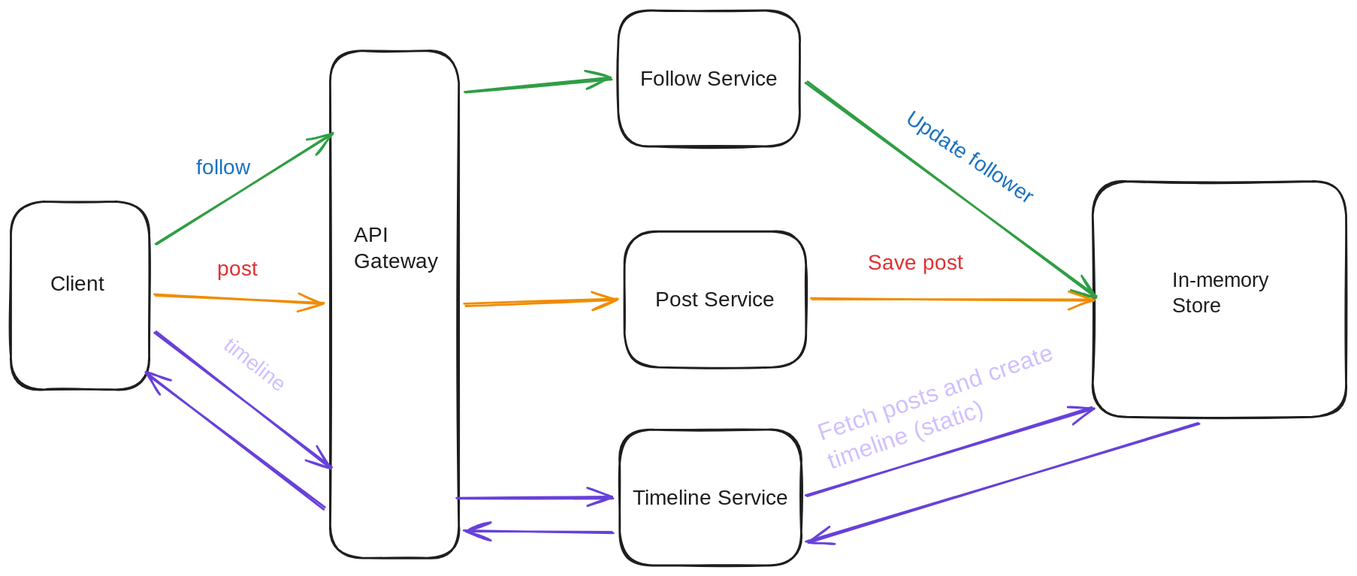
Before: architecture/whiteboard/v0_global_hld.svg, a diagram exported from Excalidraw (Vishal-Pal/Y). Source tidied: one line per element, renumbered; positions are measured from the earlier drawing's top-left corner, leaving out a move shared by most shapes.
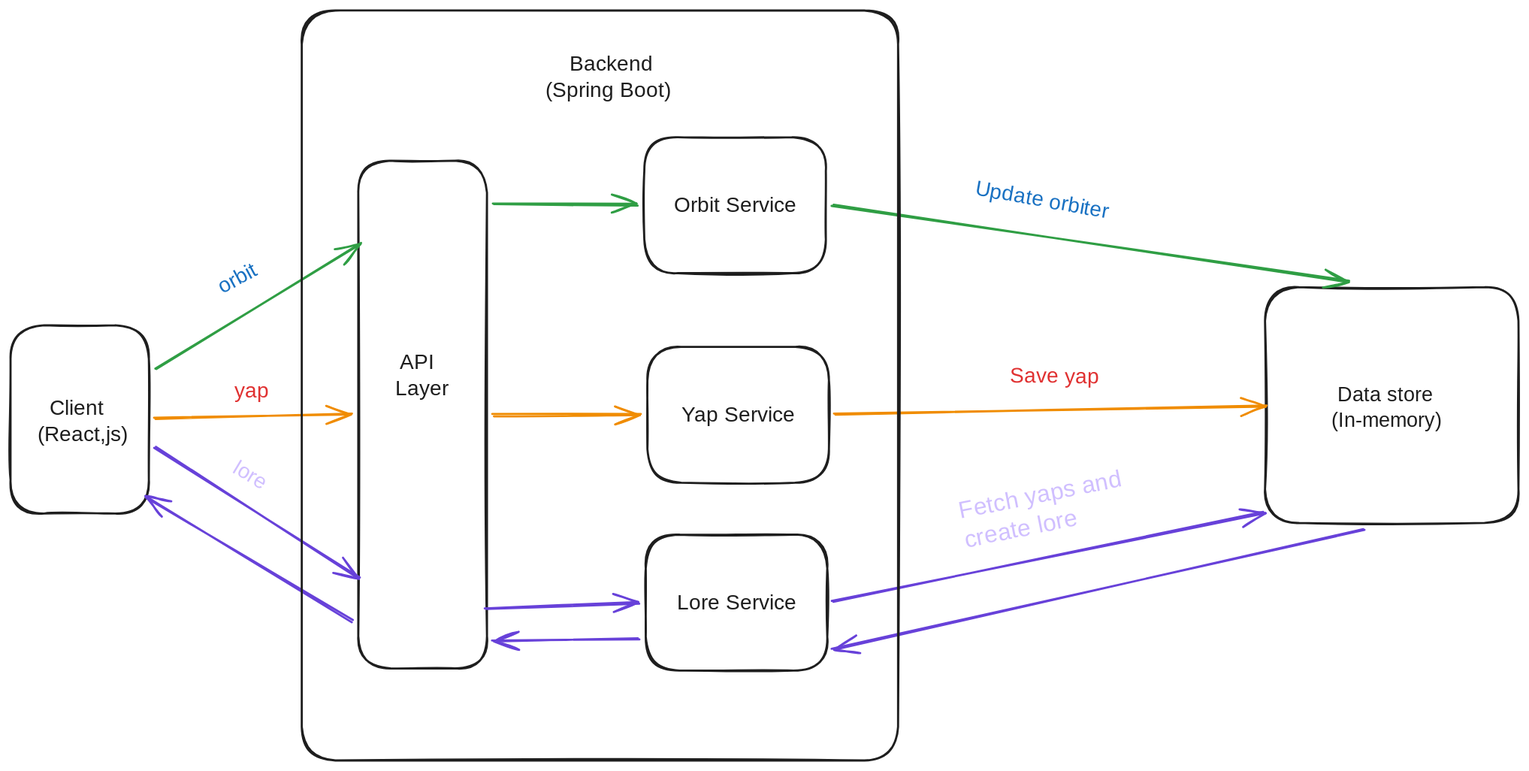
The same file after the commit.

Commit message:
Updated HLD with updated feature names, updated formatting of Tech Spec and added HLD reference in it

What changed in the source:
```diff
@@ -1,30 +1,32 @@
-{"id": 0, "type": "rectangle", "strokeColor": "#1e1e1e", "strokeWidth": 2, "roughness": 1, "round": true, "x": 0, "y": 182, "width": 132, "height": 179}
+{"id": 0, "type": "rectangle", "strokeColor": "#1e1e1e", "strokeWidth": 2, "roughness": 1, "round": true, "x": -28, "y": 185, "width": 132, "height": 179}
-{"id": 1, "type": "text", "text": "Client", "strokeColor": "#1e1e1e", "strokeWidth": 2, "roughness": 1, "fontSize": 20, "fontFamily": 6, "x": 37, "y": 247, "width": 54, "height": 25}
+{"id": 1, "type": "text", "text": "  Client\n(React,js)", "strokeColor": "#1e1e1e", "strokeWidth": 2, "roughness": 1, "fontSize": 20, "fontFamily": 6, "x": -3, "y": 251, "width": 84, "height": 50}
-{"id": 2, "type": "rectangle", "strokeColor": "#1e1e1e", "strokeWidth": 2, "roughness": 1, "round": true, "x": 304, "y": 38, "width": 122, "height": 483}
+{"id": 2, "type": "rectangle", "strokeColor": "#1e1e1e", "strokeWidth": 2, "roughness": 1, "round": true, "x": 303, "y": 28, "width": 122, "height": 483}
-{"id": 3, "type": "text", "text": "API\nGateway", "strokeColor": "#1e1e1e", "strokeWidth": 2, "roughness": 1, "fontSize": 20, "fontFamily": 6, "x": 326, "y": 201, "width": 80, "height": 50}
+{"id": 3, "type": "text", "text": " API\nLayer", "strokeColor": "#1e1e1e", "strokeWidth": 2, "roughness": 1, "fontSize": 20, "fontFamily": 6, "x": 337, "y": 207, "width": 50, "height": 50}
-{"id": 4, "type": "rectangle", "strokeColor": "#1e1e1e", "strokeWidth": 2, "roughness": 1, "round": true, "x": 578, "y": 0, "width": 173, "height": 129}
+{"id": 4, "type": "rectangle", "strokeColor": "#1e1e1e", "strokeWidth": 2, "roughness": 1, "round": true, "x": 575, "y": 6, "width": 173, "height": 129}
-{"id": 5, "type": "text", "text": "Follow Service", "strokeColor": "#1e1e1e", "strokeWidth": 2, "roughness": 1, "fontSize": 20, "fontFamily": 6, "textAlign": "center", "verticalAlign": "middle", "inside": 4, "x": 598, "y": 52, "width": 133, "height": 25}
+{"id": 5, "type": "text", "text": "Orbit Service", "strokeColor": "#1e1e1e", "strokeWidth": 2, "roughness": 1, "fontSize": 20, "fontFamily": 6, "textAlign": "center", "verticalAlign": "middle", "inside": 4, "x": 602, "y": 58, "width": 117, "height": 25}
-{"id": 6, "type": "rectangle", "strokeColor": "#1e1e1e", "strokeWidth": 2, "roughness": 1, "round": true, "x": 584, "y": 210, "width": 173, "height": 129}
+{"id": 6, "type": "rectangle", "strokeColor": "#1e1e1e", "strokeWidth": 2, "roughness": 1, "round": true, "x": 578, "y": 205, "width": 173, "height": 129}
-{"id": 7, "type": "text", "text": "Post Service", "strokeColor": "#1e1e1e", "strokeWidth": 2, "roughness": 1, "fontSize": 20, "fontFamily": 6, "textAlign": "center", "verticalAlign": "middle", "inside": 6, "x": 614, "y": 262, "width": 111, "height": 25}
+{"id": 7, "type": "text", "text": "Yap Service", "strokeColor": "#1e1e1e", "strokeWidth": 2, "roughness": 1, "fontSize": 20, "fontFamily": 6, "textAlign": "center", "verticalAlign": "middle", "inside": 6, "x": 612, "y": 257, "width": 104, "height": 25}
-{"id": 8, "type": "rectangle", "strokeColor": "#1e1e1e", "strokeWidth": 2, "roughness": 1, "round": true, "x": 579, "y": 399, "width": 173, "height": 129}
+{"id": 8, "type": "rectangle", "strokeColor": "#1e1e1e", "strokeWidth": 2, "roughness": 1, "round": true, "x": 576, "y": 384, "width": 173, "height": 129}
-{"id": 9, "type": "text", "text": "Timeline Service", "strokeColor": "#1e1e1e", "strokeWidth": 2, "roughness": 1, "fontSize": 20, "fontFamily": 6, "textAlign": "center", "verticalAlign": "middle", "inside": 8, "x": 591, "y": 451, "width": 149, "height": 25}
+{"id": 9, "type": "text", "text": "Lore Service", "strokeColor": "#1e1e1e", "strokeWidth": 2, "roughness": 1, "fontSize": 20, "fontFamily": 6, "textAlign": "center", "verticalAlign": "middle", "inside": 8, "x": 607, "y": 436, "width": 111, "height": 25}
-{"id": 10, "type": "arrow", "strokeColor": "#2f9e44", "strokeWidth": 2, "roughness": 1, "endArrowhead": "arrow", "round": true, "from": 0, "to": 2, "x": 138, "y": 221, "width": 168, "height": 104, "points": [[0, 0], [168, -104]]}
+{"id": 10, "type": "arrow", "strokeColor": "#2f9e44", "strokeWidth": 2, "roughness": 1, "endArrowhead": "arrow", "round": true, "from": 0, "to": 2, "x": 110, "y": 225, "width": 195, "height": 118, "points": [[0, 0], [195, -118]]}
-{"id": 11, "type": "arrow", "strokeColor": "#2f9e44", "strokeWidth": 2, "roughness": 1, "endArrowhead": "arrow", "round": true, "from": 2, "to": 4, "x": 432, "y": 77, "width": 140, "height": 12, "points": [[0, 0], [140, -12]]}
+{"id": 11, "type": "arrow", "strokeColor": "#2f9e44", "strokeWidth": 2, "roughness": 1, "endArrowhead": "arrow", "round": true, "from": 2, "to": 4, "x": 431, "y": 69, "width": 138, "height": 2, "points": [[0, 0], [138, 2]]}
-{"id": 12, "type": "rectangle", "strokeColor": "#1e1e1e", "strokeWidth": 2, "roughness": 1, "round": true, "x": 1029, "y": 163, "width": 241, "height": 224}
+{"id": 12, "type": "rectangle", "strokeColor": "#1e1e1e", "strokeWidth": 2, "roughness": 1, "round": true, "x": 1165, "y": 149, "width": 241, "height": 224}
-{"id": 13, "type": "text", "text": "In-memory\nStore", "strokeColor": "#1e1e1e", "strokeWidth": 2, "roughness": 1, "fontSize": 19.33, "fontFamily": 6, "x": 1104, "y": 245, "width": 96, "height": 48}
+{"id": 13, "type": "text", "text": " Data store\n(In-memory)", "strokeColor": "#1e1e1e", "strokeWidth": 2, "roughness": 1, "fontSize": 19.33, "fontFamily": 6, "x": 1228, "y": 239, "width": 109, "height": 48}
-{"id": 14, "type": "arrow", "strokeColor": "#2f9e44", "strokeWidth": 2, "roughness": 1, "endArrowhead": "arrow", "round": true, "from": 4, "to": 12, "x": 756, "y": 69, "width": 275, "height": 203, "points": [[0, 0], [275, 203]]}
+{"id": 14, "type": "arrow", "strokeColor": "#2f9e44", "strokeWidth": 2, "roughness": 1, "endArrowhead": "arrow", "round": true, "from": 4, "to": 12, "x": 753, "y": 71, "width": 491, "height": 71, "points": [[0, 0], [491, 71]]}
-{"id": 15, "type": "text", "text": "follow", "strokeColor": "#1971c2", "strokeWidth": 2, "roughness": 1, "fontSize": 20, "fontFamily": 6, "x": 176, "y": 137, "width": 58, "height": 25}
+{"id": 15, "type": "text", "text": "orbit", "strokeColor": "#1971c2", "angle": 5.79, "strokeWidth": 2, "roughness": 1, "fontSize": 20, "fontFamily": 6, "x": 168, "y": 127, "width": 42, "height": 25}
-{"id": 16, "type": "text", "text": "Update follower", "strokeColor": "#1971c2", "angle": 0.59, "strokeWidth": 2, "roughness": 1, "fontSize": 20, "fontFamily": 6, "x": 841, "y": 129, "width": 147, "height": 25}
+{"id": 16, "type": "text", "text": "Update orbiter", "strokeColor": "#1971c2", "angle": 0.18, "strokeWidth": 2, "roughness": 1, "fontSize": 20, "fontFamily": 6, "x": 889, "y": 53, "width": 132, "height": 25}
-{"id": 17, "type": "arrow", "strokeColor": "#f08c00", "strokeWidth": 2, "roughness": 1, "endArrowhead": "arrow", "round": true, "from": 0, "to": 2, "x": 138, "y": 272, "width": 160, "height": 8, "points": [[0, 0], [160, 8]]}
+{"id": 17, "type": "arrow", "strokeColor": "#f08c00", "strokeWidth": 2, "roughness": 1, "endArrowhead": "arrow", "round": true, "from": 0, "to": 2, "x": 110, "y": 274, "width": 187, "height": 4, "points": [[0, 0], [187, -4]]}
-{"id": 18, "type": "arrow", "strokeColor": "#f08c00", "strokeWidth": 2, "roughness": 1, "endArrowhead": "arrow", "round": true, "from": 2, "to": 6, "x": 432, "y": 280, "width": 146, "height": 4, "points": [[0, 0], [146, -4]]}
+{"id": 18, "type": "arrow", "strokeColor": "#f08c00", "strokeWidth": 2, "roughness": 1, "endArrowhead": "arrow", "round": true, "from": 2, "to": 6, "x": 431, "y": 270, "width": 141, "height": 0, "points": [[0, 0], [141, 0]]}
-{"id": 19, "type": "arrow", "strokeColor": "#f08c00", "strokeWidth": 2, "roughness": 1, "endArrowhead": "arrow", "round": true, "from": 6, "to": 12, "x": 762, "y": 275, "width": 268, "height": 1, "points": [[0, 0], [268, 1]]}
+{"id": 19, "type": "arrow", "strokeColor": "#f08c00", "strokeWidth": 2, "roughness": 1, "endArrowhead": "arrow", "round": true, "from": 6, "to": 12, "x": 756, "y": 270, "width": 410, "height": 8, "points": [[0, 0], [410, -8]]}
-{"id": 20, "type": "text", "text": "post", "strokeColor": "#e03131", "strokeWidth": 2, "roughness": 1, "fontSize": 20, "fontFamily": 6, "x": 196, "y": 233, "width": 40, "height": 25}
+{"id": 20, "type": "text", "text": "yap", "strokeColor": "#e03131", "strokeWidth": 2, "roughness": 1, "fontSize": 20, "fontFamily": 6, "x": 185, "y": 234, "width": 33, "height": 25}
-{"id": 21, "type": "text", "text": "Save post", "strokeColor": "#e03131", "angle": 6.27, "strokeWidth": 2, "roughness": 1, "fontSize": 20, "fontFamily": 6, "x": 815, "y": 227, "width": 89, "height": 25}
+{"id": 21, "type": "text", "text": "Save yap", "strokeColor": "#e03131", "angle": 0.01, "strokeWidth": 2, "roughness": 1, "fontSize": 20, "fontFamily": 6, "x": 922, "y": 220, "width": 82, "height": 25}
-{"id": 22, "type": "arrow", "strokeColor": "#6741d9", "strokeWidth": 2, "roughness": 1, "endArrowhead": "arrow", "round": true, "from": 0, "to": 2, "x": 138, "y": 307, "width": 168, "height": 129, "points": [[0, 0], [168, 129]]}
+{"id": 22, "type": "arrow", "strokeColor": "#6741d9", "strokeWidth": 2, "roughness": 1, "endArrowhead": "arrow", "round": true, "from": 0, "to": 2, "x": 110, "y": 301, "width": 195, "height": 124, "points": [[0, 0], [195, 124]]}
-{"id": 23, "type": "arrow", "strokeColor": "#6741d9", "strokeWidth": 2, "roughness": 1, "endArrowhead": "arrow", "round": true, "from": 2, "to": 8, "x": 426, "y": 463, "width": 147, "height": 0, "points": [[0, 0], [147, 0]]}
+{"id": 23, "type": "arrow", "strokeColor": "#6741d9", "strokeWidth": 2, "roughness": 1, "endArrowhead": "arrow", "round": true, "from": 2, "to": 8, "x": 425, "y": 453, "width": 145, "height": 5, "points": [[0, 0], [145, -5]]}
-{"id": 24, "type": "arrow", "strokeColor": "#6741d9", "strokeWidth": 2, "roughness": 1, "endArrowhead": "arrow", "round": true, "from": 8, "to": 12, "x": 758, "y": 462, "width": 271, "height": 84, "points": [[0, 0], [271, -84]]}
+{"id": 24, "type": "arrow", "strokeColor": "#6741d9", "strokeWidth": 2, "roughness": 1, "endArrowhead": "arrow", "round": true, "from": 8, "to": 12, "x": 755, "y": 447, "width": 409, "height": 84, "points": [[0, 0], [409, -84]]}
-{"id": 25, "type": "text", "text": "timeline", "strokeColor": "#d0bfff", "angle": 0.66, "strokeWidth": 2, "roughness": 1, "fontSize": 20, "fontFamily": 6, "x": 197, "y": 325, "width": 73, "height": 25}
+{"id": 25, "type": "text", "text": "lore", "strokeColor": "#d0bfff", "angle": 0.54, "strokeWidth": 2, "roughness": 1, "fontSize": 20, "fontFamily": 6, "x": 183, "y": 315, "width": 35, "height": 25}
-{"id": 26, "type": "text", "text": "Fetch posts and create\ntimeline (static)", "strokeColor": "#d0bfff", "angle": 5.95, "strokeWidth": 2, "roughness": 1, "fontSize": 22.54, "fontFamily": 6, "x": 767, "y": 350, "width": 229, "height": 56}
+{"id": 26, "type": "text", "text": "Fetch yaps and \ncreate lore", "strokeColor": "#d0bfff", "angle": 6.09, "strokeWidth": 2, "roughness": 1, "fontSize": 22.54, "fontFamily": 6, "x": 875, "y": 331, "width": 159, "height": 56}
-{"id": 27, "type": "arrow", "strokeColor": "#6741d9", "strokeWidth": 2, "roughness": 1, "endArrowhead": "arrow", "round": true, "from": 12, "to": 8, "x": 1130, "y": 393, "width": 373, "height": 114, "points": [[0, 0], [-373, 114]]}
+{"id": 27, "type": "arrow", "strokeColor": "#6741d9", "strokeWidth": 2, "roughness": 1, "endArrowhead": "arrow", "round": true, "from": 12, "to": 8, "x": 1259, "y": 379, "width": 506, "height": 115, "points": [[0, 0], [-506, 115]]}
-{"id": 28, "type": "arrow", "strokeColor": "#6741d9", "strokeWidth": 2, "roughness": 1, "endArrowhead": "arrow", "round": true, "from": 8, "to": 2, "x": 573, "y": 497, "width": 141, "height": 1, "points": [[0, 0], [-141, -1]]}
+{"id": 28, "type": "arrow", "strokeColor": "#6741d9", "strokeWidth": 2, "roughness": 1, "endArrowhead": "arrow", "round": true, "from": 8, "to": 2, "x": 570, "y": 483, "width": 139, "height": 2, "points": [[0, 0], [-139, 2]]}
-{"id": 29, "type": "arrow", "strokeColor": "#6741d9", "strokeWidth": 2, "roughness": 1, "endArrowhead": "arrow", "round": true, "from": 2, "to": 0, "x": 298, "y": 473, "width": 170, "height": 129, "points": [[0, 0], [-170, -129]]}
+{"id": 29, "type": "arrow", "strokeColor": "#6741d9", "strokeWidth": 2, "roughness": 1, "endArrowhead": "arrow", "round": true, "from": 2, "to": 0, "x": 297, "y": 466, "width": 197, "height": 118, "points": [[0, 0], [-197, -118]]}
+{"id": 30, "type": "rectangle", "strokeColor": "#1e1e1e", "strokeWidth": 2, "roughness": 1, "round": true, "x": 249, "y": -114, "width": 567, "height": 713}
+{"id": 31, "type": "text", "text": "    Backend\n(Spring Boot)", "strokeColor": "#1e1e1e", "strokeWidth": 2, "roughness": 1, "fontSize": 20, "fontFamily": 6, "x": 481, "y": -76, "width": 122, "height": 50}
```
